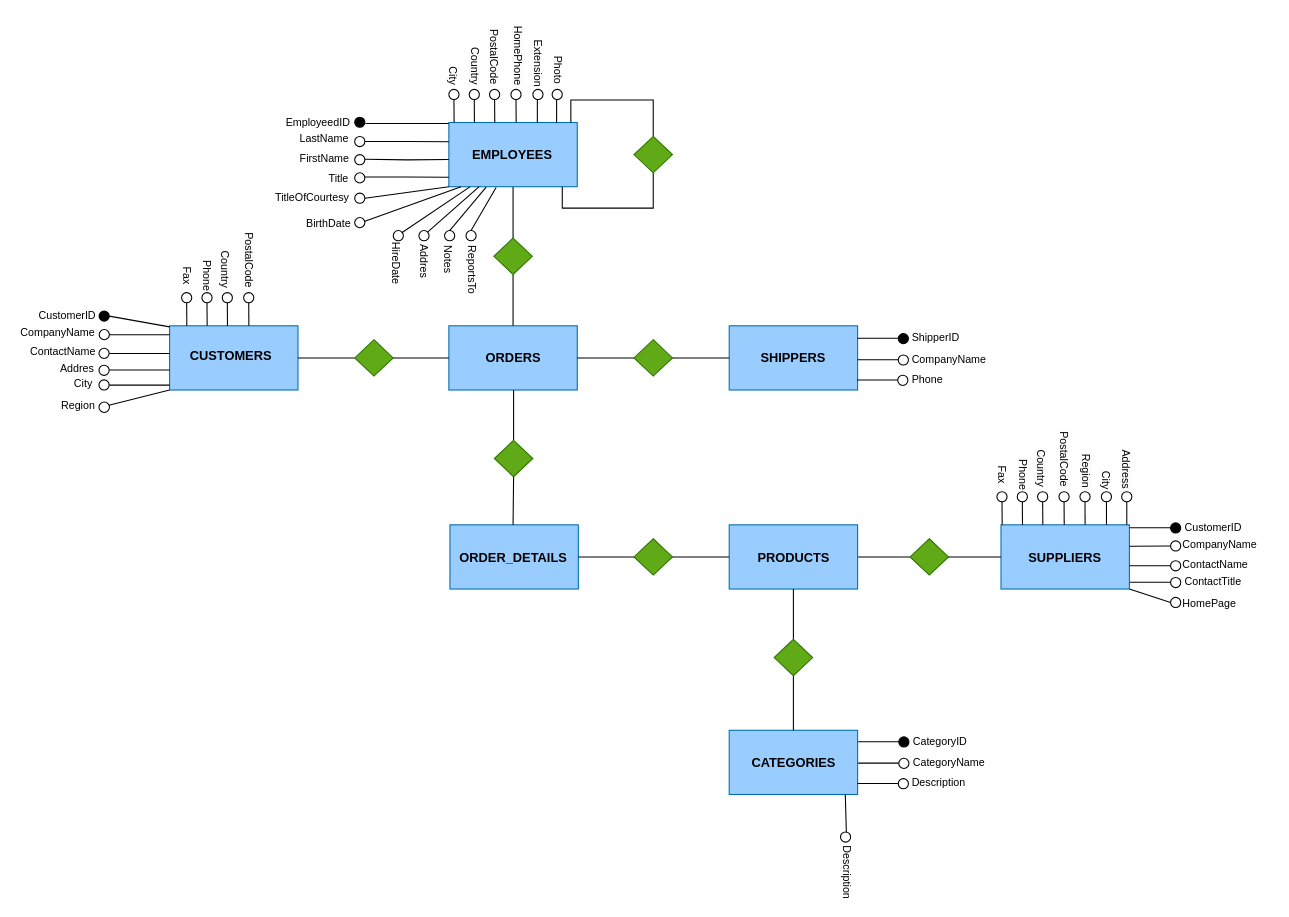
Above: er_scheme.drawio in davideticchiarelli01/DWH-challenge (draw.io), before the change. Source tidied: cells renumbered, new cells numbered last; positions are measured from the earlier drawing's top-left corner, leaving out a move shared by most shapes. Both pictures are drawn from the tidied source at 107%, with x=0, y=0 at pixel (18, 18).
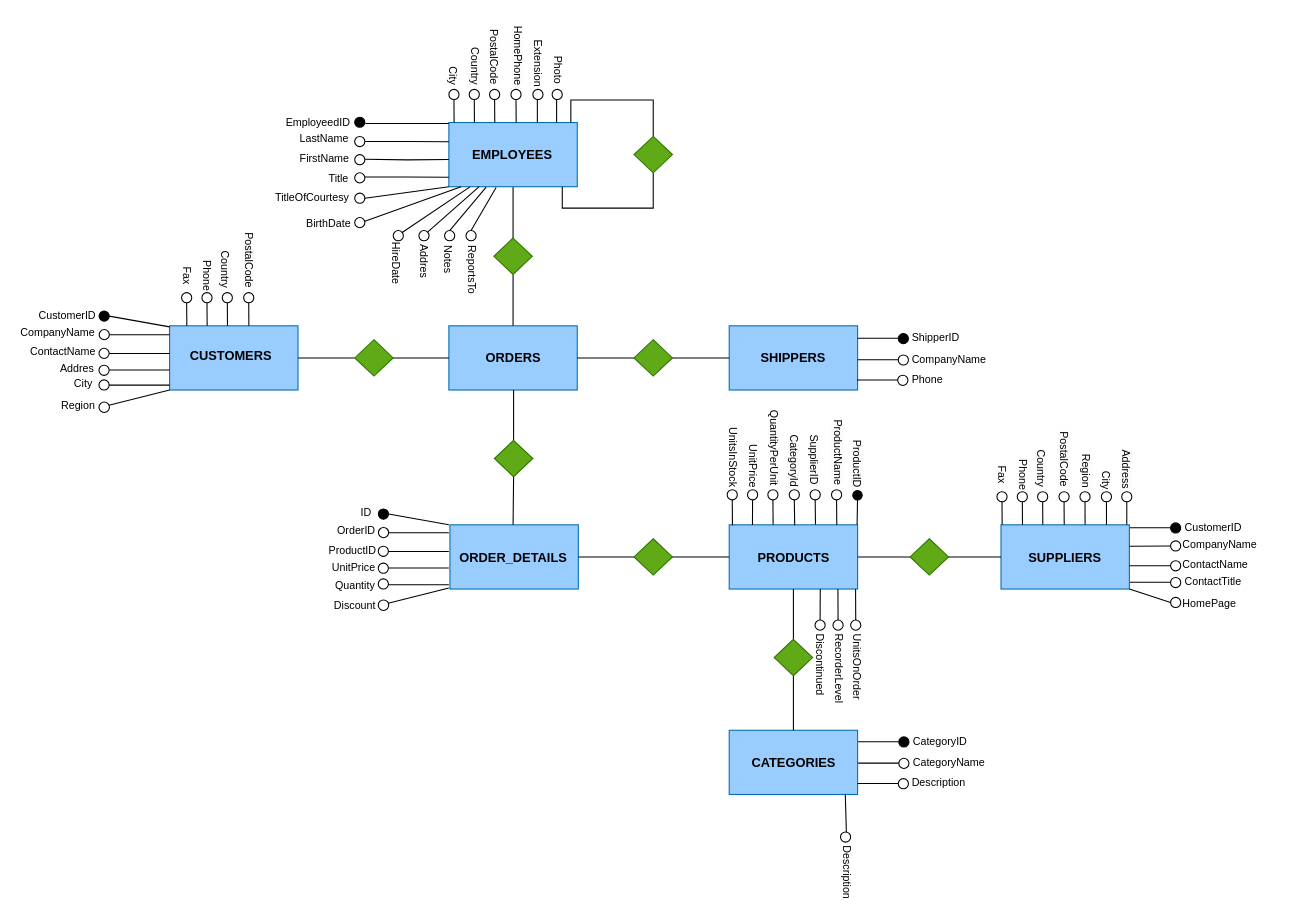
After the change.

The change refers to these unchanged cells:
```xml
<mxCell id="23" style="rounded=0;whiteSpace=wrap;html=1;fillColor=#99CCFF;fontColor=#ffffff;strokeColor=#006EAF;" parent="1" vertex="1">
  <mxGeometry x="664" y="473" width="120" height="60" as="geometry" />
</mxCell>
```

The edit, as a diff of the source:
```diff
@@
+    <mxCell id="177" style="edgeStyle=orthogonalEdgeStyle;rounded=0;jettySize=auto;html=1;endArrow=none;startFill=0;exitX=0.5;exitY=1;exitDx=0;exitDy=0;entryX=0.025;entryY=0.006;entryDx=0;entryDy=0;entryPerimeter=0;" parent="1" edge="1" source="178" target="23">
+      <mxGeometry relative="1" as="geometry" />
+    </mxCell>
+    <mxCell id="178" style="ellipse;whiteSpace=wrap;html=1;fillStyle=auto;fillColor=none;" parent="1" vertex="1">
+      <mxGeometry x="662.1" y="440.2" width="9.5" height="9.5" as="geometry" />
+    </mxCell>
+    <mxCell id="179" value="&lt;font&gt;UnitPrice&lt;/font&gt;" style="text;html=1;align=left;verticalAlign=middle;whiteSpace=wrap;rounded=0;textDirection=vertical-rl;fontSize=10;" parent="1" vertex="1">
+      <mxGeometry x="677.9" y="407.8" width="16" height="20.2" as="geometry" />
+    </mxCell>
+    <mxCell id="180" style="edgeStyle=orthogonalEdgeStyle;rounded=0;jettySize=auto;html=1;endArrow=none;startFill=0;exitX=0.5;exitY=1;exitDx=0;exitDy=0;entryX=0.181;entryY=0.002;entryDx=0;entryDy=0;entryPerimeter=0;" parent="1" edge="1" source="181" target="23">
+      <mxGeometry relative="1" as="geometry" />
+    </mxCell>
+    <mxCell id="181" style="ellipse;whiteSpace=wrap;html=1;fillStyle=auto;fillColor=none;" parent="1" vertex="1">
+      <mxGeometry x="681.1" y="440.2" width="9.5" height="9.5" as="geometry" />
+    </mxCell>
+    <mxCell id="182" style="edgeStyle=orthogonalEdgeStyle;rounded=0;jettySize=auto;html=1;endArrow=none;startFill=0;exitX=0.5;exitY=1;exitDx=0;exitDy=0;entryX=0.342;entryY=0;entryDx=0;entryDy=0;entryPerimeter=0;" parent="1" edge="1" source="183" target="23">
+      <mxGeometry relative="1" as="geometry" />
+    </mxCell>
+    <mxCell id="183" style="ellipse;whiteSpace=wrap;html=1;fillStyle=auto;fillColor=none;" parent="1" vertex="1">
+      <mxGeometry x="700.1" y="440.2" width="9.5" height="9.5" as="geometry" />
+    </mxCell>
+    <mxCell id="184" style="edgeStyle=orthogonalEdgeStyle;rounded=0;jettySize=auto;html=1;endArrow=none;startFill=0;exitX=0.5;exitY=1;exitDx=0;exitDy=0;entryX=0.51;entryY=0.005;entryDx=0;entryDy=0;entryPerimeter=0;" parent="1" edge="1" source="185" target="23">
+      <mxGeometry relative="1" as="geometry" />
+    </mxCell>
+    <mxCell id="185" style="ellipse;whiteSpace=wrap;html=1;fillStyle=auto;fillColor=none;" parent="1" vertex="1">
+      <mxGeometry x="720.1" y="440.2" width="9.5" height="9.5" as="geometry" />
+    </mxCell>
+    <mxCell id="186" value="&lt;span style=&quot;color: rgb(0, 0, 0); font-family: Helvetica; font-style: normal; font-variant-ligatures: normal; font-variant-caps: normal; font-weight: 400; letter-spacing: normal; orphans: 2; text-align: left; text-indent: 0px; text-transform: none; widows: 2; word-spacing: 0px; -webkit-text-stroke-width: 0px; white-space: normal; background-color: rgb(251, 251, 251); text-decoration-thickness: initial; text-decoration-style: initial; text-decoration-color: initial; float: none; display: inline !important;&quot;&gt;&lt;font&gt;QuantityPerUnit&lt;/font&gt;&lt;/span&gt;" style="text;whiteSpace=wrap;html=1;fontSize=10;textDirection=vertical-rl;" parent="1" vertex="1">
+      <mxGeometry x="697.7" y="358.8" width="14.4" height="20" as="geometry" />
+    </mxCell>
+    <mxCell id="187" style="edgeStyle=orthogonalEdgeStyle;rounded=0;jettySize=auto;html=1;endArrow=none;startFill=0;exitX=0.5;exitY=1;exitDx=0;exitDy=0;entryX=0.672;entryY=-0.004;entryDx=0;entryDy=0;entryPerimeter=0;" parent="1" edge="1" source="188" target="23">
+      <mxGeometry relative="1" as="geometry" />
+    </mxCell>
+    <mxCell id="188" style="ellipse;whiteSpace=wrap;html=1;fillStyle=auto;fillColor=none;" parent="1" vertex="1">
+      <mxGeometry x="739.6" y="440.2" width="9.5" height="9.5" as="geometry" />
+    </mxCell>
+    <mxCell id="189" style="edgeStyle=orthogonalEdgeStyle;rounded=0;jettySize=auto;html=1;endArrow=none;startFill=0;exitX=0.5;exitY=1;exitDx=0;exitDy=0;entryX=0.838;entryY=0.002;entryDx=0;entryDy=0;entryPerimeter=0;" parent="1" edge="1" source="190" target="23">
+      <mxGeometry relative="1" as="geometry" />
+    </mxCell>
+    <mxCell id="190" style="ellipse;whiteSpace=wrap;html=1;fillStyle=auto;fillColor=none;" parent="1" vertex="1">
+      <mxGeometry x="759.6" y="440.2" width="9.5" height="9.5" as="geometry" />
+    </mxCell>
+    <mxCell id="191" style="edgeStyle=orthogonalEdgeStyle;rounded=0;jettySize=auto;html=1;endArrow=none;startFill=0;exitX=0.5;exitY=1;exitDx=0;exitDy=0;entryX=0.996;entryY=0;entryDx=0;entryDy=0;entryPerimeter=0;" parent="1" edge="1" source="194" target="23">
+      <mxGeometry relative="1" as="geometry" />
+    </mxCell>
+    <mxCell id="192" value="&lt;span style=&quot;color: rgb(0, 0, 0); font-family: Helvetica; font-style: normal; font-variant-ligatures: normal; font-variant-caps: normal; font-weight: 400; letter-spacing: normal; orphans: 2; text-align: left; text-indent: 0px; text-transform: none; widows: 2; word-spacing: 0px; -webkit-text-stroke-width: 0px; white-space: normal; background-color: rgb(251, 251, 251); text-decoration-thickness: initial; text-decoration-style: initial; text-decoration-color: initial; float: none; display: inline !important;&quot;&gt;&lt;font&gt;SupplierID&lt;/font&gt;&lt;/span&gt;" style="text;whiteSpace=wrap;html=1;fontSize=10;textDirection=vertical-rl;" parent="1" vertex="1">
+      <mxGeometry x="734.5" y="382" width="22.5" height="20" as="geometry" />
+    </mxCell>
+    <mxCell id="193" value="UnitsInStock" style="text;html=1;align=left;verticalAlign=middle;whiteSpace=wrap;rounded=0;textDirection=vertical-rl;fontSize=10;" parent="1" vertex="1">
+      <mxGeometry x="658.9" y="400" width="16" height="20" as="geometry" />
+    </mxCell>
+    <mxCell id="194" style="ellipse;whiteSpace=wrap;html=1;fillStyle=auto;fillColor=#000000;" parent="1" vertex="1">
+      <mxGeometry x="779.5" y="441" width="8.8" height="8.8" as="geometry" />
+    </mxCell>
+    <mxCell id="195" value="&lt;span style=&quot;color: rgb(0, 0, 0); font-family: Helvetica; font-style: normal; font-variant-ligatures: normal; font-variant-caps: normal; font-weight: 400; letter-spacing: normal; orphans: 2; text-align: left; text-indent: 0px; text-transform: none; widows: 2; word-spacing: 0px; -webkit-text-stroke-width: 0px; white-space: normal; background-color: rgb(251, 251, 251); text-decoration-thickness: initial; text-decoration-style: initial; text-decoration-color: initial; float: none; display: inline !important;&quot;&gt;&lt;font&gt;ProductID&lt;/font&gt;&lt;/span&gt;" style="text;whiteSpace=wrap;html=1;fontSize=10;textDirection=vertical-rl;" parent="1" vertex="1">
+      <mxGeometry x="775" y="387" width="22.5" height="20" as="geometry" />
+    </mxCell>
+    <mxCell id="196" value="&lt;span style=&quot;color: rgb(0, 0, 0); font-family: Helvetica; font-style: normal; font-variant-ligatures: normal; font-variant-caps: normal; font-weight: 400; letter-spacing: normal; orphans: 2; text-align: left; text-indent: 0px; text-transform: none; widows: 2; word-spacing: 0px; -webkit-text-stroke-width: 0px; white-space: normal; background-color: rgb(251, 251, 251); text-decoration-thickness: initial; text-decoration-style: initial; text-decoration-color: initial; float: none; display: inline !important;&quot;&gt;&lt;font&gt;ProductName&lt;/font&gt;&lt;/span&gt;" style="text;whiteSpace=wrap;html=1;fontSize=10;textDirection=vertical-rl;" parent="1" vertex="1">
+      <mxGeometry x="757" y="368" width="22.5" height="20" as="geometry" />
+    </mxCell>
+    <mxCell id="197" value="&lt;span style=&quot;color: rgb(0, 0, 0); font-family: Helvetica; font-style: normal; font-variant-ligatures: normal; font-variant-caps: normal; font-weight: 400; letter-spacing: normal; orphans: 2; text-align: left; text-indent: 0px; text-transform: none; widows: 2; word-spacing: 0px; -webkit-text-stroke-width: 0px; white-space: normal; background-color: rgb(251, 251, 251); text-decoration-thickness: initial; text-decoration-style: initial; text-decoration-color: initial; float: none; display: inline !important;&quot;&gt;&lt;font&gt;CategoryId&lt;/font&gt;&lt;/span&gt;" style="text;whiteSpace=wrap;html=1;fontSize=10;textDirection=vertical-rl;" parent="1" vertex="1">
+      <mxGeometry x="716" y="382" width="20.1" height="20" as="geometry" />
+    </mxCell>
+    <mxCell id="198" style="edgeStyle=orthogonalEdgeStyle;rounded=0;jettySize=auto;html=1;endArrow=none;startFill=0;exitX=0.5;exitY=0;exitDx=0;exitDy=0;entryX=0.737;entryY=1;entryDx=0;entryDy=0;entryPerimeter=0;" parent="1" edge="1" source="199">
+      <mxGeometry relative="1" as="geometry">
+        <mxPoint x="749.1" y="533" as="targetPoint" />
+      </mxGeometry>
+    </mxCell>
+    <mxCell id="199" style="ellipse;whiteSpace=wrap;html=1;fillStyle=auto;fillColor=none;" parent="1" vertex="1">
+      <mxGeometry x="744.2" y="562" width="9.5" height="9.5" as="geometry" />
+    </mxCell>
+    <mxCell id="200" value="&lt;font&gt;RecorderLevel&lt;/font&gt;" style="text;html=1;align=left;verticalAlign=middle;whiteSpace=wrap;rounded=0;textDirection=vertical-rl;fontSize=10;" parent="1" vertex="1">
+      <mxGeometry x="757.8" y="598" width="16" height="20.2" as="geometry" />
+    </mxCell>
+    <mxCell id="201" style="edgeStyle=orthogonalEdgeStyle;rounded=0;jettySize=auto;html=1;endArrow=none;startFill=0;entryX=0.864;entryY=1.004;entryDx=0;entryDy=0;entryPerimeter=0;exitX=0.5;exitY=0;exitDx=0;exitDy=0;" parent="1" edge="1" source="202">
+      <mxGeometry relative="1" as="geometry">
+        <mxPoint x="765.6" y="533" as="targetPoint" />
+      </mxGeometry>
+    </mxCell>
+    <mxCell id="202" style="ellipse;whiteSpace=wrap;html=1;fillStyle=auto;fillColor=none;" parent="1" vertex="1">
+      <mxGeometry x="761" y="562" width="9.5" height="9.5" as="geometry" />
+    </mxCell>
+    <mxCell id="203" value="Discontinued" style="text;html=1;align=left;verticalAlign=middle;whiteSpace=wrap;rounded=0;textDirection=vertical-rl;fontSize=10;" parent="1" vertex="1">
+      <mxGeometry x="741" y="594" width="16" height="20" as="geometry" />
+    </mxCell>
+    <mxCell id="204" style="edgeStyle=orthogonalEdgeStyle;rounded=0;jettySize=auto;html=1;endArrow=none;startFill=0;entryX=0.864;entryY=1.004;entryDx=0;entryDy=0;entryPerimeter=0;exitX=0.5;exitY=0;exitDx=0;exitDy=0;" parent="1" edge="1" source="205">
+      <mxGeometry relative="1" as="geometry">
+        <mxPoint x="782.1" y="533" as="targetPoint" />
+      </mxGeometry>
+    </mxCell>
+    <mxCell id="205" style="ellipse;whiteSpace=wrap;html=1;fillStyle=auto;fillColor=none;" parent="1" vertex="1">
+      <mxGeometry x="777.5" y="562" width="9.5" height="9.5" as="geometry" />
+    </mxCell>
+    <mxCell id="206" value="&lt;font&gt;UnitsOnOrder&lt;/font&gt;" style="text;html=1;align=left;verticalAlign=middle;whiteSpace=wrap;rounded=0;textDirection=vertical-rl;fontSize=10;" parent="1" vertex="1">
+      <mxGeometry x="775" y="596" width="16" height="20.2" as="geometry" />
+    </mxCell>
+    <mxCell id="207" style="rounded=0;jettySize=auto;html=1;exitX=1;exitY=0.5;exitDx=0;exitDy=0;endArrow=none;startFill=0;entryX=0;entryY=0;entryDx=0;entryDy=0;" parent="1" edge="1" source="224">
+      <mxGeometry relative="1" as="geometry">
+        <mxPoint x="402" y="473" as="targetPoint" />
+      </mxGeometry>
+    </mxCell>
+    <mxCell id="208" value="&lt;font style=&quot;font-size: 10px;&quot;&gt;ID&lt;/font&gt;" style="text;html=1;align=left;verticalAlign=middle;whiteSpace=wrap;rounded=0;direction=east;" parent="1" vertex="1">
+      <mxGeometry x="318" y="451.2" width="16" height="20" as="geometry" />
+    </mxCell>
+    <mxCell id="209" style="edgeStyle=orthogonalEdgeStyle;rounded=0;orthogonalLoop=1;jettySize=auto;html=1;endArrow=none;startFill=0;" parent="1" edge="1">
+      <mxGeometry relative="1" as="geometry">
+        <mxPoint x="402" y="480.1" as="sourcePoint" />
+        <mxPoint x="345.5" y="480.4" as="targetPoint" />
+        <Array as="points">
+          <mxPoint x="402" y="480.1" />
+          <mxPoint x="346" y="480.1" />
+        </Array>
+      </mxGeometry>
+    </mxCell>
+    <mxCell id="210" style="ellipse;whiteSpace=wrap;html=1;fillStyle=auto;fillColor=none;" parent="1" vertex="1">
+      <mxGeometry x="336.2" y="475.5" width="9.5" height="9.5" as="geometry" />
+    </mxCell>
+    <mxCell id="211" value="&lt;font style=&quot;font-size: 10px;&quot;&gt;OrderID&lt;/font&gt;" style="text;html=1;align=left;verticalAlign=middle;whiteSpace=wrap;rounded=0;" parent="1" vertex="1">
+      <mxGeometry x="296" y="468" width="38" height="20" as="geometry" />
+    </mxCell>
+    <mxCell id="212" value="&lt;font style=&quot;font-size: 10px;&quot;&gt;ProductID&lt;/font&gt;" style="text;html=1;align=left;verticalAlign=middle;whiteSpace=wrap;rounded=0;" parent="1" vertex="1">
+      <mxGeometry x="287.5" y="486.5" width="60" height="20" as="geometry" />
+    </mxCell>
+    <mxCell id="213" value="&lt;font style=&quot;font-size: 10px;&quot;&gt;UnitPrice&lt;/font&gt;" style="text;html=1;align=left;verticalAlign=middle;whiteSpace=wrap;rounded=0;" parent="1" vertex="1">
+      <mxGeometry x="290.8" y="506.4" width="56" height="13.2" as="geometry" />
+    </mxCell>
+    <mxCell id="214" style="edgeStyle=orthogonalEdgeStyle;rounded=0;orthogonalLoop=1;jettySize=auto;html=1;endArrow=none;startFill=0;" parent="1" edge="1">
+      <mxGeometry relative="1" as="geometry">
+        <mxPoint x="402" y="497.6" as="sourcePoint" />
+        <mxPoint x="345.5" y="497.9" as="targetPoint" />
+        <Array as="points">
+          <mxPoint x="402" y="497.6" />
+          <mxPoint x="346" y="497.6" />
+        </Array>
+      </mxGeometry>
+    </mxCell>
+    <mxCell id="215" style="ellipse;whiteSpace=wrap;html=1;fillStyle=auto;fillColor=none;" parent="1" vertex="1">
+      <mxGeometry x="336" y="493" width="9.5" height="9.5" as="geometry" />
+    </mxCell>
+    <mxCell id="216" style="edgeStyle=orthogonalEdgeStyle;rounded=0;orthogonalLoop=1;jettySize=auto;html=1;endArrow=none;startFill=0;" parent="1" edge="1">
+      <mxGeometry relative="1" as="geometry">
+        <mxPoint x="402" y="513" as="sourcePoint" />
+        <mxPoint x="345.5" y="513.3" as="targetPoint" />
+        <Array as="points">
+          <mxPoint x="402" y="513" />
+          <mxPoint x="346" y="513" />
+        </Array>
+      </mxGeometry>
+    </mxCell>
+    <mxCell id="217" style="ellipse;whiteSpace=wrap;html=1;fillStyle=auto;fillColor=none;" parent="1" vertex="1">
+      <mxGeometry x="336" y="508.8" width="9.5" height="9.5" as="geometry" />
+    </mxCell>
+    <mxCell id="218" style="edgeStyle=orthogonalEdgeStyle;rounded=0;orthogonalLoop=1;jettySize=auto;html=1;endArrow=none;startFill=0;" parent="1" edge="1">
+      <mxGeometry relative="1" as="geometry">
+        <mxPoint x="402" y="528.7" as="sourcePoint" />
+        <mxPoint x="345.5" y="529" as="targetPoint" />
+        <Array as="points">
+          <mxPoint x="402" y="528.7" />
+          <mxPoint x="346" y="528.7" />
+        </Array>
+      </mxGeometry>
+    </mxCell>
+    <mxCell id="219" style="ellipse;whiteSpace=wrap;html=1;fillStyle=auto;fillColor=none;" parent="1" vertex="1">
+      <mxGeometry x="336" y="523.5" width="9.5" height="9.5" as="geometry" />
+    </mxCell>
+    <mxCell id="220" value="&lt;font style=&quot;font-size: 10px;&quot;&gt;Quantity&lt;/font&gt;" style="text;html=1;align=left;verticalAlign=middle;whiteSpace=wrap;rounded=0;" parent="1" vertex="1">
+      <mxGeometry x="293.5" y="522.2" width="24" height="13.2" as="geometry" />
+    </mxCell>
+    <mxCell id="221" style="rounded=0;jettySize=auto;html=1;endArrow=none;startFill=0;entryX=0;entryY=1;entryDx=0;entryDy=0;exitX=0.947;exitY=0.312;exitDx=0;exitDy=0;exitPerimeter=0;" parent="1" edge="1" source="223">
+      <mxGeometry relative="1" as="geometry">
+        <mxPoint x="402" y="532" as="targetPoint" />
+      </mxGeometry>
+    </mxCell>
+    <mxCell id="222" value="&lt;font style=&quot;font-size: 10px;&quot;&gt;Discount&lt;/font&gt;" style="text;html=1;align=left;verticalAlign=middle;whiteSpace=wrap;rounded=0;direction=east;" parent="1" vertex="1">
+      <mxGeometry x="292.5" y="538.1" width="55" height="20" as="geometry" />
+    </mxCell>
+    <mxCell id="223" style="ellipse;whiteSpace=wrap;html=1;fillStyle=auto;fillColor=none;" parent="1" vertex="1">
+      <mxGeometry x="336" y="543.2" width="9.8" height="9.8" as="geometry" />
+    </mxCell>
+    <mxCell id="224" style="ellipse;whiteSpace=wrap;html=1;fillStyle=auto;fillColor=#000000;direction=east;" parent="1" vertex="1">
+      <mxGeometry x="336.1" y="458.2" width="9.5" height="9.5" as="geometry" />
+    </mxCell>
```
